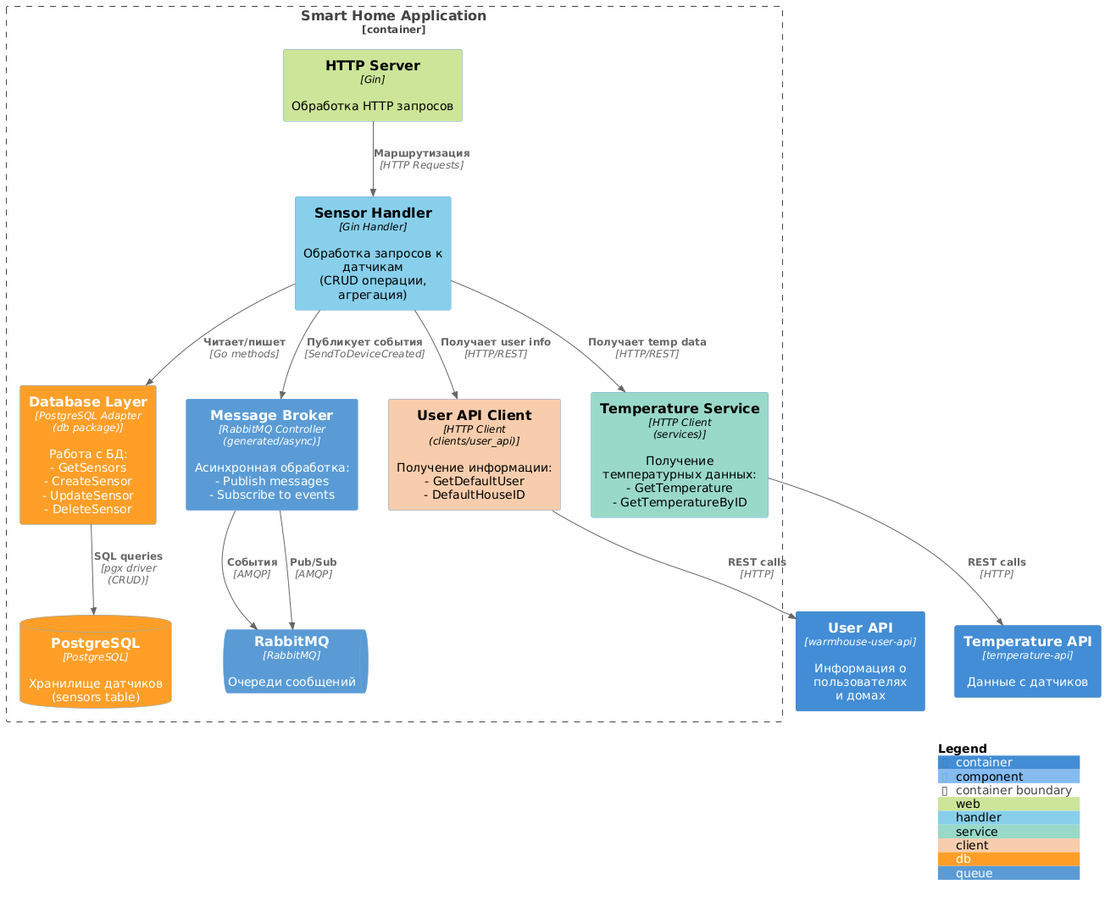
Earlier version of the PlantUML export diagrams/microservices/c4_code/smart_home_component_diagram.png (kalach77rus/warmhouse). Its diagram source:
```plantuml
@startuml
!include <C4/C4_Component>

AddElementTag("web", $bgColor="#cde498", $fontColor="#000000")
AddElementTag("handler", $bgColor="#87ceeb", $fontColor="#000000")
AddElementTag("service", $bgColor="#98d8c8", $fontColor="#000000")
AddElementTag("client", $bgColor="#f7ccac", $fontColor="#000000")
AddElementTag("db", $bgColor="#ff9f28", $fontColor="#ffffff")
AddElementTag("queue", $bgColor="#5b9bd5", $fontColor="#ffffff")

Container_Boundary(smarthome, "Smart Home Application") {
    Component(httpserver, "HTTP Server", "Gin", "Обработка HTTP запросов", $tags="web")
    Component(sensorhandler, "Sensor Handler", "Gin Handler", "Обработка запросов к датчикам\n(CRUD операции, агрегация)", $tags="handler")

    Component(db, "Database Layer", "PostgreSQL Adapter\n(db package)", "Работа с БД:\n- GetSensors\n- CreateSensor\n- UpdateSensor\n- DeleteSensor", $tags="db")

    Component(userapiclient, "User API Client", "HTTP Client\n(clients/user_api)", "Получение информации:\n- GetDefaultUser\n- DefaultHouseID", $tags="client")

    Component(tempservice, "Temperature Service", "HTTP Client\n(services)", "Получение температурных данных:\n- GetTemperature\n- GetTemperatureByID", $tags="service")

    Component(broker, "Message Broker", "RabbitMQ Controller\n(generated/async)", "Асинхронная обработка:\n- Publish messages\n- Subscribe to events", $tags="queue")

    ComponentDb(database, "PostgreSQL", "PostgreSQL", "Хранилище датчиков\n(sensors table)", $tags="db")
    ComponentQueue(rabbitmq, "RabbitMQ", "RabbitMQ", "Очереди сообщений", $tags="queue")
}

Container(userapi, "User API", "warmhouse-user-api", "Информация о пользователях\nи домах")
Container(tempapi, "Temperature API", "temperature-api", "Данные с датчиков")

Rel(httpserver, sensorhandler, "Маршрутизация", "HTTP Requests")

Rel(sensorhandler, db, "Читает/пишет", "Go methods")
Rel(sensorhandler, userapiclient, "Получает user info", "HTTP/REST")
Rel(sensorhandler, tempservice, "Получает temp data", "HTTP/REST")
Rel(sensorhandler, broker, "Публикует события", "SendToDeviceCreated")

Rel(db, database, "SQL queries", "pgx driver\n(CRUD)")
Rel(userapiclient, userapi, "REST calls", "HTTP")
Rel(tempservice, tempapi, "REST calls", "HTTP")
Rel(broker, rabbitmq, "Pub/Sub", "AMQP")

Rel_Back(rabbitmq, broker, "События", "AMQP")

SHOW_LEGEND()
@enduml
```
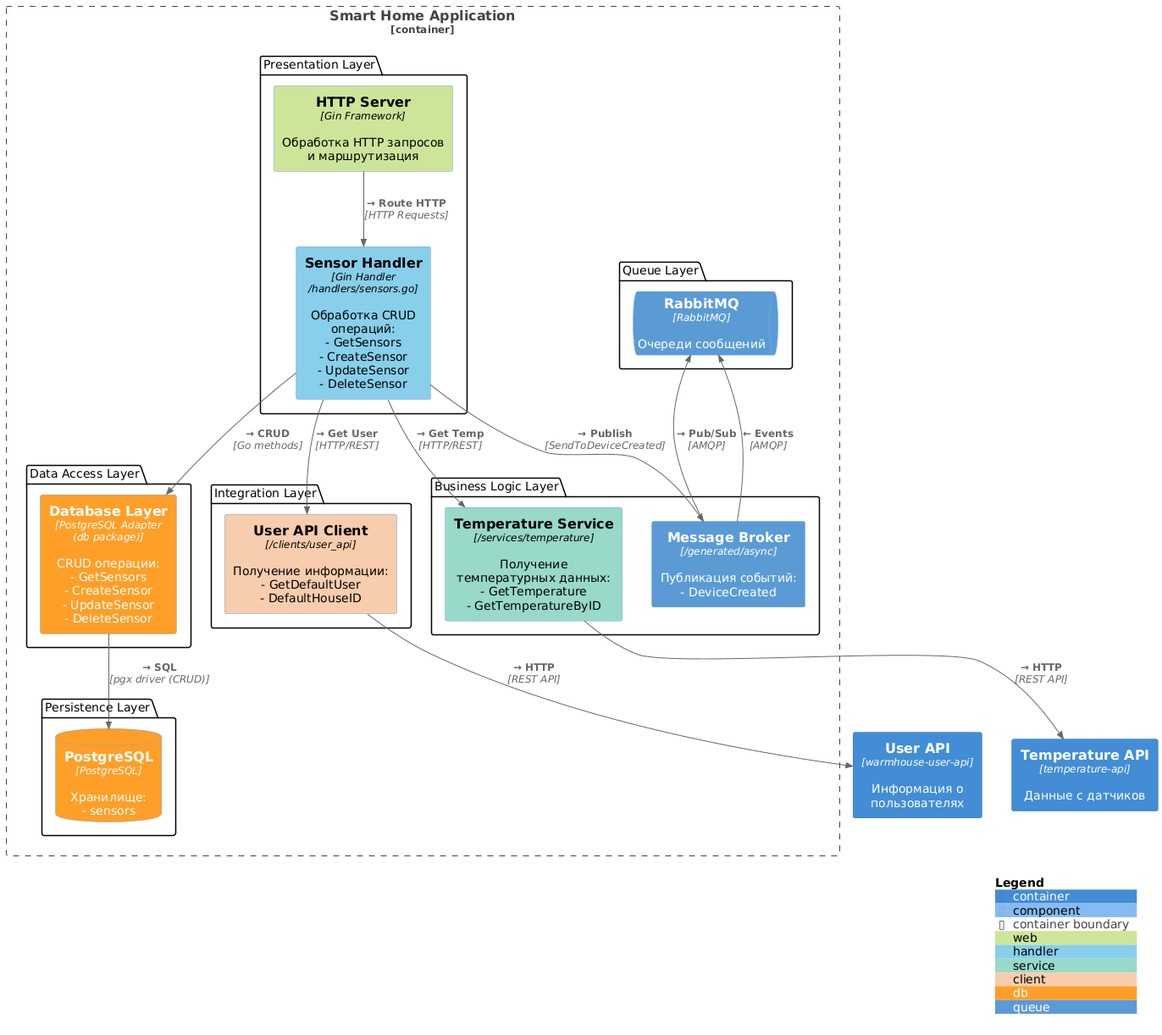
The same file after the commit.

Change to the diagram source:
```diff
@@ -9,37 +9,51 @@
 AddElementTag("queue", $bgColor="#5b9bd5", $fontColor="#ffffff")
 
 Container_Boundary(smarthome, "Smart Home Application") {
-    Component(httpserver, "HTTP Server", "Gin", "Обработка HTTP запросов", $tags="web")
-    Component(sensorhandler, "Sensor Handler", "Gin Handler", "Обработка запросов к датчикам\n(CRUD операции, агрегация)", $tags="handler")
 
-    Component(db, "Database Layer", "PostgreSQL Adapter\n(db package)", "Работа с БД:\n- GetSensors\n- CreateSensor\n- UpdateSensor\n- DeleteSensor", $tags="db")
+    package "Presentation Layer" {
+        Component(httpserver, "HTTP Server", "Gin Framework", "Обработка HTTP запросов\nи маршрутизация", $tags="web")
+        Component(sensorhandler, "Sensor Handler", "Gin Handler\n/handlers/sensors.go", "Обработка CRUD операций:\n- GetSensors\n- CreateSensor\n- UpdateSensor\n- DeleteSensor", $tags="handler")
+    }
 
-    Component(userapiclient, "User API Client", "HTTP Client\n(clients/user_api)", "Получение информации:\n- GetDefaultUser\n- DefaultHouseID", $tags="client")
+    package "Business Logic Layer" {
+        Component(tempservice, "Temperature Service", "/services/temperature", "Получение температурных данных:\n- GetTemperature\n- GetTemperatureByID", $tags="service")
+        Component(broker, "Message Broker", "/generated/async", "Публикация событий:\n- DeviceCreated", $tags="queue")
+    }
 
-    Component(tempservice, "Temperature Service", "HTTP Client\n(services)", "Получение температурных данных:\n- GetTemperature\n- GetTemperatureByID", $tags="service")
+    package "Integration Layer" {
+        Component(userapiclient, "User API Client", "/clients/user_api", "Получение информации:\n- GetDefaultUser\n- DefaultHouseID", $tags="client")
+    }
 
-    Component(broker, "Message Broker", "RabbitMQ Controller\n(generated/async)", "Асинхронная обработка:\n- Publish messages\n- Subscribe to events", $tags="queue")
+    package "Data Access Layer" {
+        Component(db, "Database Layer", "PostgreSQL Adapter\n(db package)", "CRUD операции:\n- GetSensors\n- CreateSensor\n- UpdateSensor\n- DeleteSensor", $tags="db")
+    }
 
-    ComponentDb(database, "PostgreSQL", "PostgreSQL", "Хранилище датчиков\n(sensors table)", $tags="db")
-    ComponentQueue(rabbitmq, "RabbitMQ", "RabbitMQ", "Очереди сообщений", $tags="queue")
+    package "Persistence Layer" {
+        ComponentDb(database, "PostgreSQL", "PostgreSQL", "Хранилище:\n- sensors", $tags="db")
+    }
+
+    package "Queue Layer" {
+        ComponentQueue(rabbitmq, "RabbitMQ", "RabbitMQ", "Очереди сообщений", $tags="queue")
+    }
 }
 
-Container(userapi, "User API", "warmhouse-user-api", "Информация о пользователях\nи домах")
+Container(userapi, "User API", "warmhouse-user-api", "Информация о пользователях")
 Container(tempapi, "Temperature API", "temperature-api", "Данные с датчиков")
 
-Rel(httpserver, sensorhandler, "Маршрутизация", "HTTP Requests")
+Rel(httpserver, sensorhandler, "→ Route HTTP", "HTTP Requests")
 
-Rel(sensorhandler, db, "Читает/пишет", "Go methods")
-Rel(sensorhandler, userapiclient, "Получает user info", "HTTP/REST")
-Rel(sensorhandler, tempservice, "Получает temp data", "HTTP/REST")
-Rel(sensorhandler, broker, "Публикует события", "SendToDeviceCreated")
+Rel(sensorhandler, db, "→ CRUD", "Go methods")
+Rel(sensorhandler, tempservice, "→ Get Temp", "HTTP/REST")
+Rel(sensorhandler, userapiclient, "→ Get User", "HTTP/REST")
+Rel(sensorhandler, broker, "→ Publish", "SendToDeviceCreated")
 
-Rel(db, database, "SQL queries", "pgx driver\n(CRUD)")
-Rel(userapiclient, userapi, "REST calls", "HTTP")
-Rel(tempservice, tempapi, "REST calls", "HTTP")
-Rel(broker, rabbitmq, "Pub/Sub", "AMQP")
+Rel(tempservice, tempapi, "→ HTTP", "REST API")
+Rel(userapiclient, userapi, "→ HTTP", "REST API")
 
-Rel_Back(rabbitmq, broker, "События", "AMQP")
+Rel(broker, rabbitmq, "→ Pub/Sub", "AMQP")
+Rel_Back(rabbitmq, broker, "← Events", "AMQP")
+
+Rel(db, database, "→ SQL", "pgx driver (CRUD)")
 
 SHOW_LEGEND()
 @enduml
```
